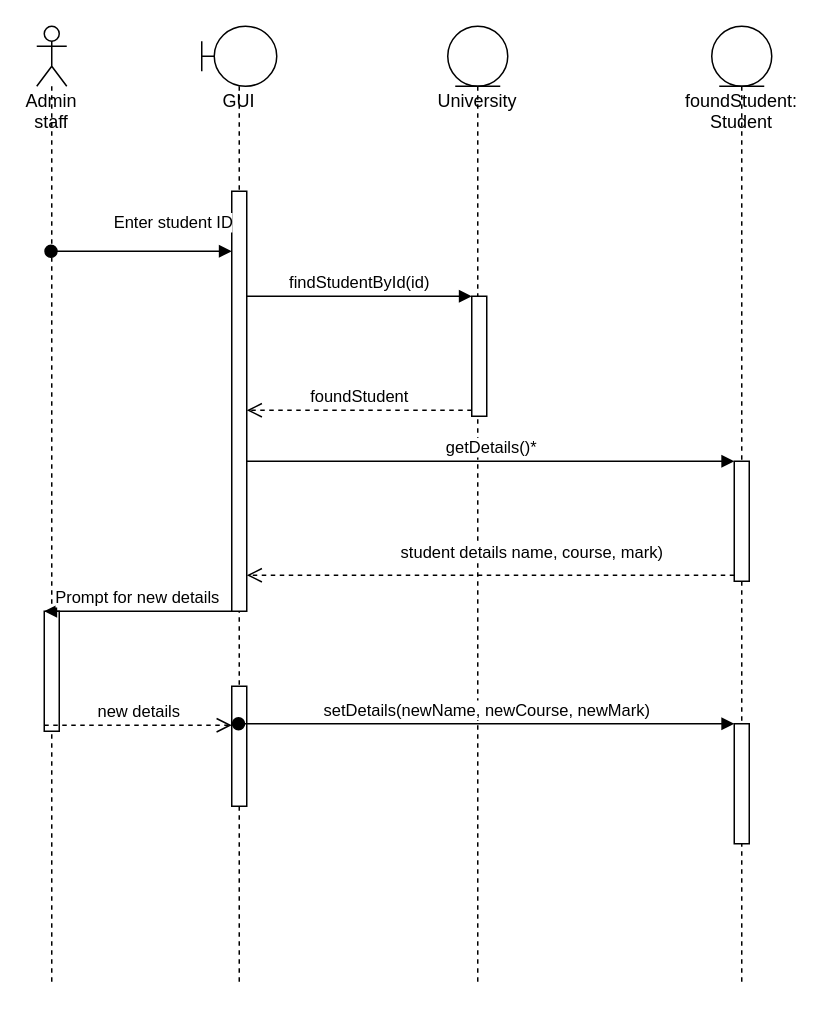
The draw.io diagram COM528/drawio/sequence_edit_student.drawio in nwcourses/nwcourses.github.io, before the edit. Source tidied: cells renumbered, new cells numbered last; positions are measured from the earlier drawing's top-left corner, leaving out a move shared by most shapes. Both pictures are drawn from the tidied source at 150%, with x=0, y=0 at pixel (36, 26).
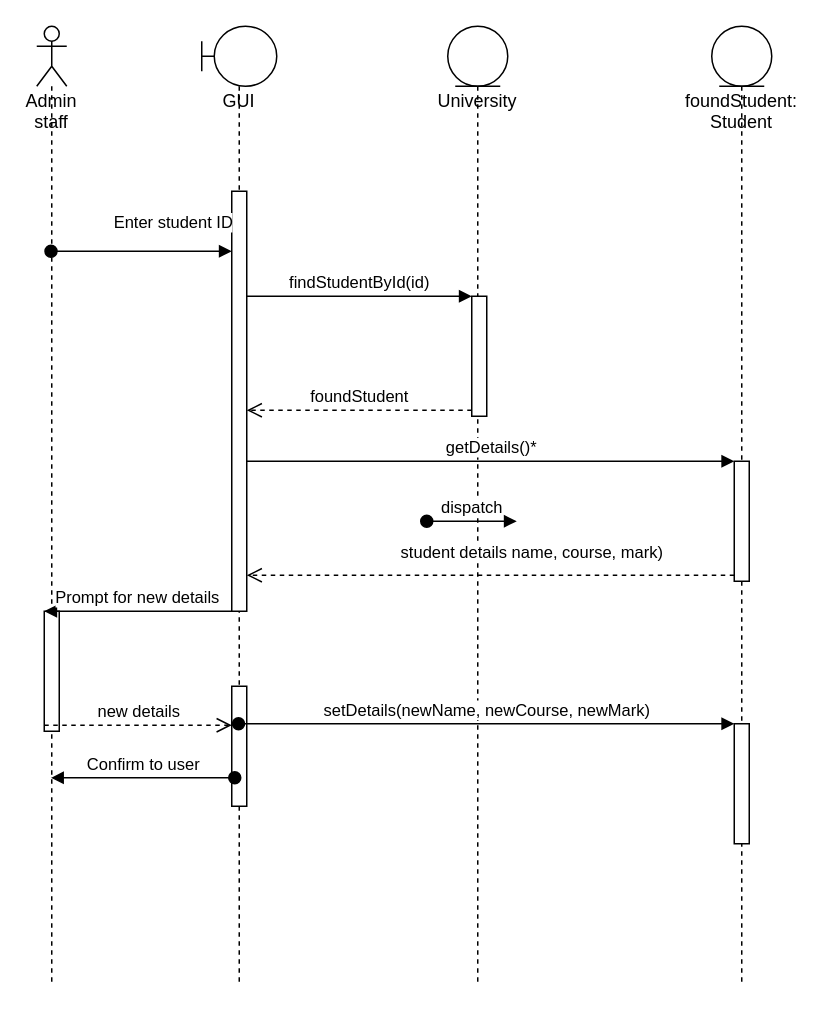
The same diagram, later.

Commit message (it also covers changes not shown here):
OODD robustness/sequence updates

Unchanged cells that the change refers to:
```xml
<mxCell id="2" value="Admin staff" style="shape=umlLifeline;participant=umlActor;perimeter=lifelinePerimeter;whiteSpace=wrap;html=1;verticalAlign=top;spacingTop=36;outlineConnect=0;" parent="1" vertex="1">
  <mxGeometry width="20" height="640" as="geometry" />
</mxCell>
<mxCell id="6" style="html=1;points=[];perimeter=orthogonalPerimeter;" parent="4" vertex="1">
  <mxGeometry x="20" y="440" width="10" height="80" as="geometry" />
</mxCell>
```

Diff of the diagram source:
```diff
@@
+    <mxCell id="20" value="dispatch" style="html=1;verticalAlign=bottom;startArrow=oval;startFill=1;endArrow=block;startSize=8;curved=0;rounded=0;" parent="1" edge="1">
+      <mxGeometry relative="1" as="geometry">
+        <mxPoint x="260" y="330" as="sourcePoint" />
+        <mxPoint x="320" y="330" as="targetPoint" />
+      </mxGeometry>
+    </mxCell>
+    <mxCell id="21" value="Confirm to user" style="html=1;verticalAlign=bottom;startArrow=oval;startFill=1;endArrow=block;startSize=8;curved=0;rounded=0;exitX=0.2;exitY=0.763;exitDx=0;exitDy=0;exitPerimeter=0;" parent="1" edge="1" source="6" target="2">
+      <mxGeometry relative="1" as="geometry" />
+    </mxCell>
```
